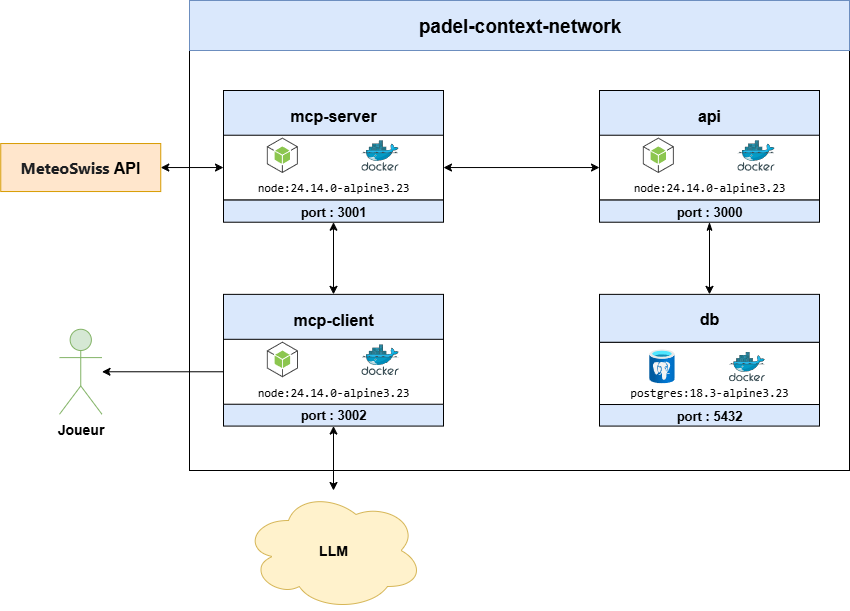
Above: documentation-latex/img/system_architecture.drawio.png in jonathanboreljaquet/bj-travail-bachelor-2026 (draw.io), before the change. Source tidied: cells renumbered, new cells last; positions are measured from the earlier drawing's top-left corner, leaving out a move shared by most shapes.
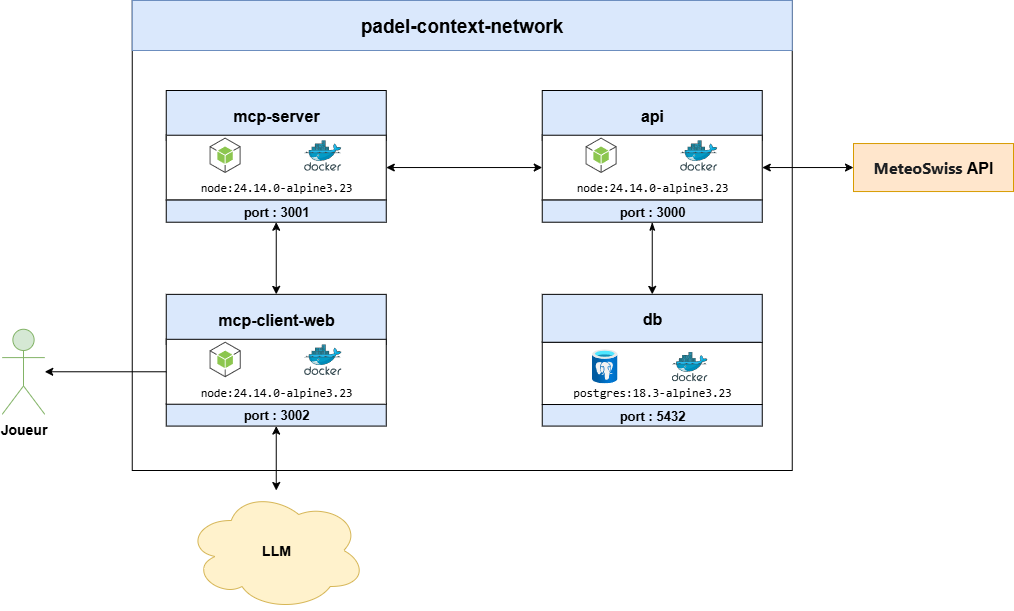
The same diagram one commit later.

Commit message:
[Documentation] Mise au propre de l'architecture logicielle et écosystème

Diff of the diagram source:
```diff
@@ -24,7 +24,7 @@
       <mxGeometry x="59" y="328.8" width="42.5" height="85" as="geometry" />
     </mxCell>
     <mxCell id="9" value="&lt;font style=&quot;font-size: 16px;&quot;&gt;&lt;span style=&quot;box-sizing: border-box; color: rgb(28, 30, 33); font-family: system-ui, -apple-system, &amp;quot;Segoe UI&amp;quot;, Roboto, Ubuntu, Cantarell, &amp;quot;Noto Sans&amp;quot;, sans-serif, BlinkMacSystemFont, &amp;quot;Segoe UI&amp;quot;, Helvetica, Arial, sans-serif, &amp;quot;Apple Color Emoji&amp;quot;, &amp;quot;Segoe UI Emoji&amp;quot;, &amp;quot;Segoe UI Symbol&amp;quot;; text-align: start;&quot;&gt;MeteoSwiss&amp;nbsp;&lt;/span&gt;API&lt;/font&gt;" style="rounded=0;whiteSpace=wrap;html=1;verticalAlign=middle;fillColor=#ffe6cc;strokeColor=#d79b00;fontFamily=Helvetica;fontStyle=1;fontSize=14;glass=0;shadow=0;labelBorderColor=none;perimeterSpacing=0;" parent="1" vertex="1">
-      <mxGeometry x="0.2" y="143" width="160" height="48" as="geometry" />
+      <mxGeometry x="910.2" y="143" width="160" height="48" as="geometry" />
     </mxCell>
     <mxCell id="10" style="group;" parent="1" vertex="1">
       <mxGeometry x="223" y="293.9" width="220" height="131.7" as="geometry" />
@@ -35,7 +35,7 @@
     <mxCell id="12" style="group;" parent="10" vertex="1">
       <mxGeometry width="220" height="109.9" as="geometry" />
     </mxCell>
-    <mxCell id="13" value="&lt;font style=&quot;font-size: 16px;&quot;&gt;mcp-client&lt;/font&gt;" style="rounded=0;whiteSpace=wrap;html=1;verticalAlign=middle;fillColor=#dae8fc;strokeColor=#000000;fontFamily=Helvetica;fontStyle=1;fontSize=14;glass=0;shadow=0;gradientColor=none;labelBorderColor=none;perimeterSpacing=0;" parent="12" vertex="1">
+    <mxCell id="13" value="&lt;font style=&quot;font-size: 16px;&quot;&gt;mcp-client-web&lt;/font&gt;" style="rounded=0;whiteSpace=wrap;html=1;verticalAlign=middle;fillColor=#dae8fc;strokeColor=#000000;fontFamily=Helvetica;fontStyle=1;fontSize=14;glass=0;shadow=0;gradientColor=none;labelBorderColor=none;perimeterSpacing=0;" parent="12" vertex="1">
       <mxGeometry width="220" height="49.9" as="geometry" />
     </mxCell>
     <mxCell id="14" value="&lt;div style=&quot;font-family: Consolas, &amp;quot;Courier New&amp;quot;, monospace; line-height: 19px; white-space: pre;&quot;&gt;&lt;span&gt;&lt;font style=&quot;color: rgb(0, 0, 0);&quot;&gt;node:24.14.0-alpine3.23&lt;/font&gt;&lt;/span&gt;&lt;/div&gt;" style="rounded=0;whiteSpace=wrap;html=1;verticalAlign=bottom;" parent="12" vertex="1">
@@ -116,7 +116,7 @@
     <mxCell id="39" style="edgeStyle=orthogonalEdgeStyle;rounded=0;jettySize=auto;html=1;entryX=0;entryY=0.5;entryDx=0;entryDy=0;exitX=1;exitY=0.5;exitDx=0;exitDy=0;startArrow=classic;startFill=1;" parent="1" edge="1" source="20" target="26">
       <mxGeometry relative="1" as="geometry" />
     </mxCell>
-    <mxCell id="40" style="edgeStyle=orthogonalEdgeStyle;rounded=0;jettySize=auto;html=1;entryX=1;entryY=0.5;entryDx=0;entryDy=0;startArrow=classic;startFill=1;" parent="1" edge="1" source="20" target="9">
+    <mxCell id="40" style="edgeStyle=orthogonalEdgeStyle;rounded=0;jettySize=auto;html=1;entryX=0;entryY=0.5;entryDx=0;entryDy=0;startArrow=classic;startFill=1;exitX=1;exitY=0.5;exitDx=0;exitDy=0;" parent="1" edge="1" source="26" target="9">
       <mxGeometry relative="1" as="geometry" />
     </mxCell>
     <mxCell id="41" style="edgeStyle=orthogonalEdgeStyle;rounded=0;jettySize=auto;html=1;entryX=0.5;entryY=0;entryDx=0;entryDy=0;startArrow=classicThin;startFill=1;" parent="1" edge="1" source="24" target="34">
```
